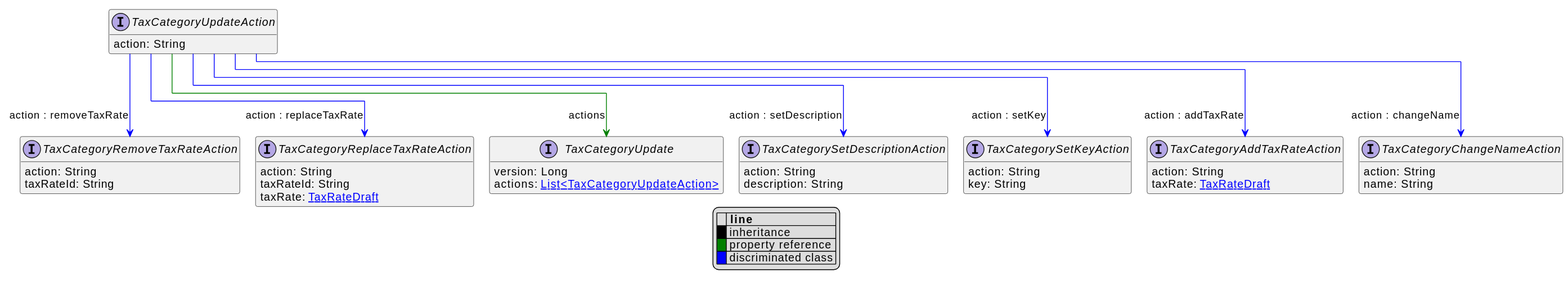
Before: uml/api/svg/TaxCategoryUpdateAction.svg, a diagram exported from PlantUML (commercetools/commercetools-api-reference).
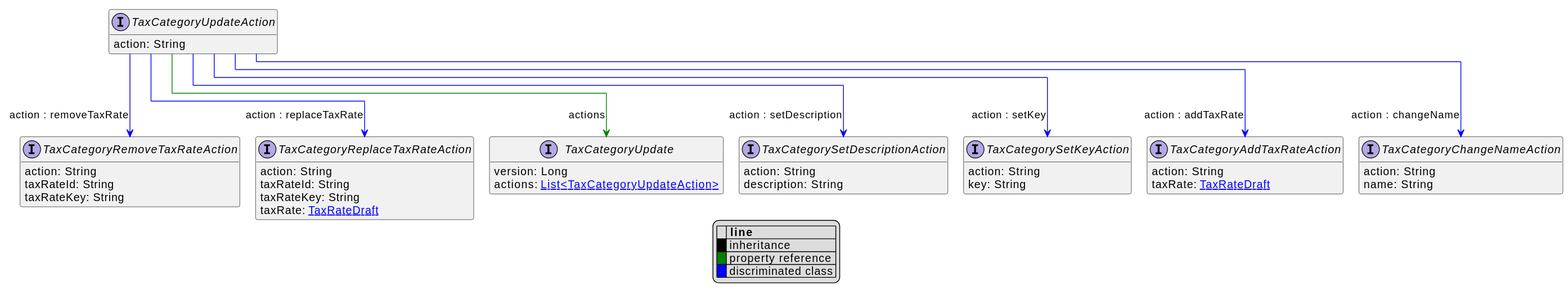
The same diagram one commit later.

Diff of the diagram source:
```diff
@@ -24,10 +24,12 @@
 interface TaxCategoryRemoveTaxRateAction [[TaxCategoryRemoveTaxRateAction.svg]]  {
     action: String
     taxRateId: String
+    taxRateKey: String
 }
 interface TaxCategoryReplaceTaxRateAction [[TaxCategoryReplaceTaxRateAction.svg]]  {
     action: String
     taxRateId: String
+    taxRateKey: String
     taxRate: [[TaxRateDraft.svg TaxRateDraft]]
 }
 interface TaxCategorySetDescriptionAction [[TaxCategorySetDescriptionAction.svg]]  {
```
